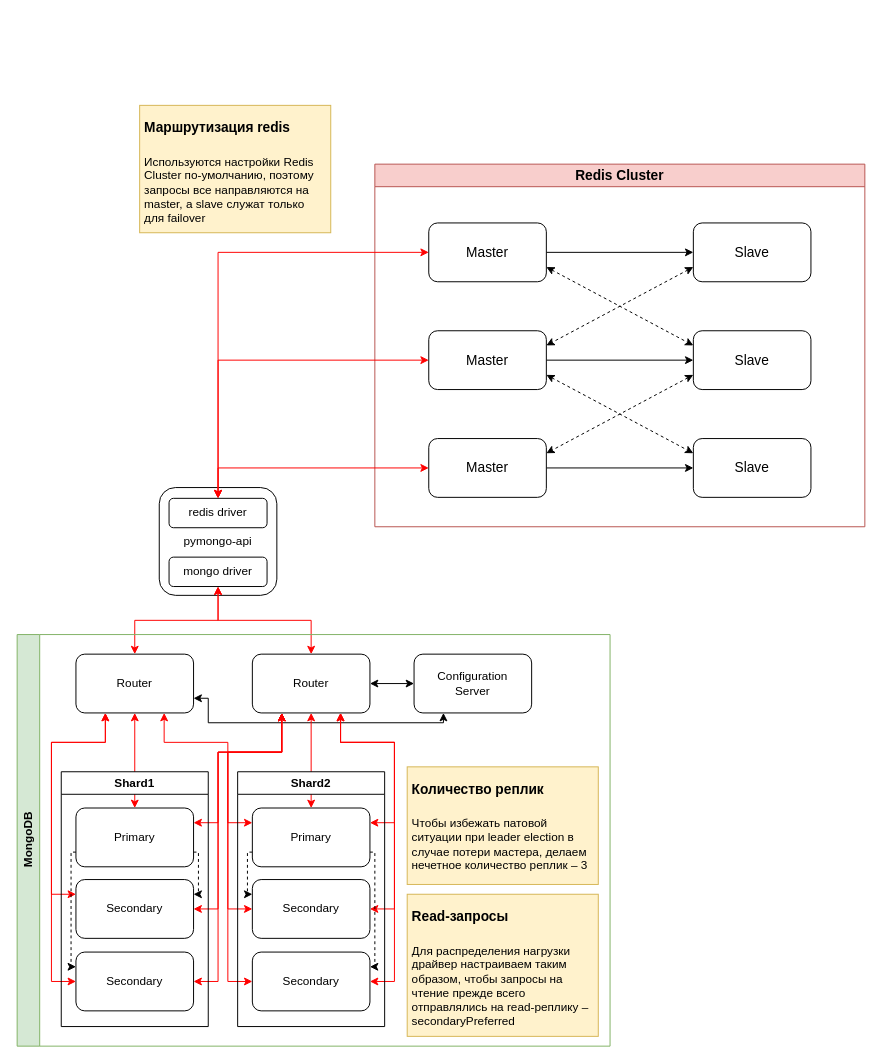
The draw.io diagram page "+Cache" (4 of 4) of task1.drawio in tkabdullin/arch-project-sprint-2, before the edit. Source tidied: cells renumbered, new cells numbered last; positions are measured from the earlier drawing's top-left corner, leaving out a move shared by most shapes. Both pictures are drawn from the tidied source at 98%, with x=0, y=0 at pixel (17, 105).
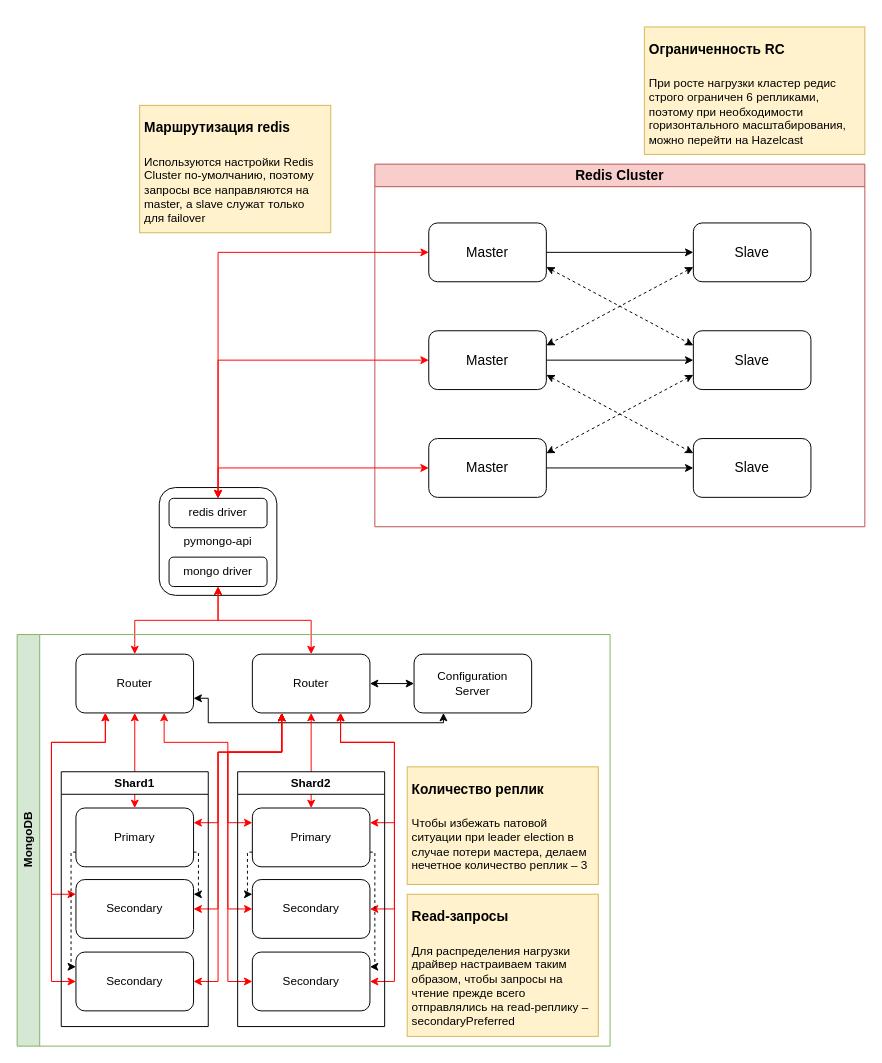
The same diagram, later.

Commit message (it also covers changes not shown here):
task 2: count by shards

Diff of the diagram source:
```diff
@@
+    <mxCell id="58" value="&lt;h1&gt;&lt;span style=&quot;font-size: 14px;&quot;&gt;Ограниченность RC&lt;/span&gt;&lt;/h1&gt;&lt;p&gt;При росте нагрузки кластер редис строго ограничен 6 репликами, поэтому при необходимости горизонтального масштабирования, можно перейти на Hazelcast&lt;/p&gt;" style="text;html=1;strokeColor=#d6b656;fillColor=#fff2cc;spacing=5;spacingTop=-20;whiteSpace=wrap;overflow=hidden;rounded=0;" parent="1" vertex="1">
+      <mxGeometry x="640" y="-80" width="225" height="130" as="geometry" />
+    </mxCell>
```
